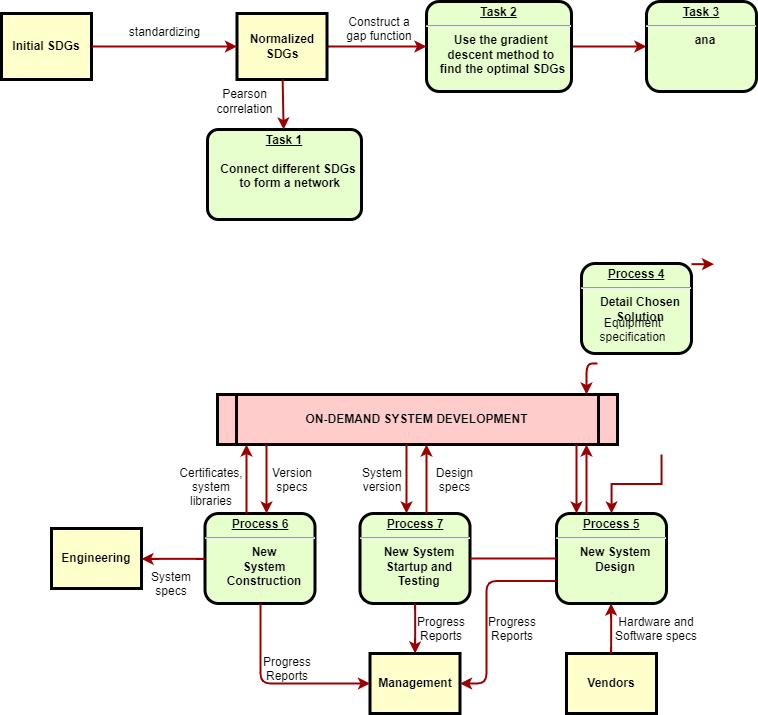
Above: 未命名绘图.drawio.png in JYbrucEupup/zip (draw.io), before the change. Source tidied: cells renumbered, new cells last; positions are measured from the earlier drawing's top-left corner, leaving out a move shared by most shapes.
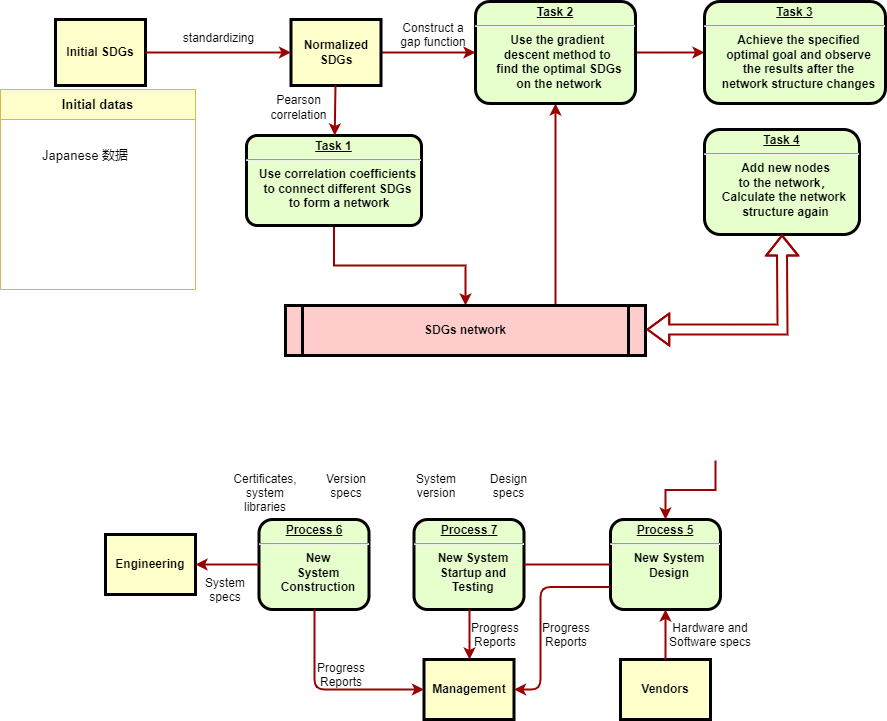
After the change.

Commit message:
更新未命名绘图.drawio.png

Diff of the diagram source:
```diff
@@ -2,8 +2,11 @@
   <root>
     <mxCell id="0" />
     <mxCell id="1" parent="0" />
+    <mxCell id="47" style="edgeStyle=orthogonalEdgeStyle;rounded=0;jettySize=auto;html=1;exitX=0.5;exitY=1;exitDx=0;exitDy=0;entryX=0.5;entryY=0;entryDx=0;entryDy=0;strokeColor=#990000;strokeWidth=2;fontSize=13;fontColor=#000000;" parent="1" edge="1" source="2" target="6">
+      <mxGeometry relative="1" as="geometry" />
+    </mxCell>
-    <mxCell id="2" value="&lt;p style=&quot;margin: 4px 0px 0px; text-decoration: underline;&quot;&gt;&lt;strong&gt;Task 1&lt;br&gt;&lt;/strong&gt;&lt;/p&gt;&lt;p style=&quot;margin: 0px 0px 0px 8px;&quot;&gt;&lt;br&gt;&lt;/p&gt;&lt;p style=&quot;margin: 0px 0px 0px 8px;&quot;&gt;Connect different&amp;nbsp;&lt;span style=&quot;background-color: initial;&quot;&gt;SDGs&lt;/span&gt;&lt;/p&gt;&lt;p style=&quot;margin: 0px 0px 0px 8px;&quot;&gt;&lt;span style=&quot;background-color: initial;&quot;&gt;&amp;nbsp;to form a network&lt;/span&gt;&lt;/p&gt;" style="verticalAlign=middle;align=center;overflow=fill;fontSize=12;fontFamily=Helvetica;html=1;rounded=1;fontStyle=1;strokeWidth=3;fillColor=#E6FFCC;arcSize=12;strokeColor=default;" parent="1" vertex="1">
-      <mxGeometry x="206" y="128" width="154" height="90" as="geometry" />
+    <mxCell id="2" value="&lt;p style=&quot;margin: 4px 0px 0px; text-decoration: underline;&quot;&gt;&lt;strong&gt;Task 1&lt;/strong&gt;&lt;/p&gt;&lt;hr style=&quot;border-color: var(--border-color);&quot;&gt;&lt;p style=&quot;margin: 0px 0px 0px 8px;&quot;&gt;Use correlation coefficients&lt;/p&gt;&lt;p style=&quot;margin: 0px 0px 0px 8px;&quot;&gt;to connect different&amp;nbsp;&lt;span style=&quot;background-color: initial;&quot;&gt;SDGs&lt;/span&gt;&lt;/p&gt;&lt;p style=&quot;margin: 0px 0px 0px 8px;&quot;&gt;&lt;span style=&quot;background-color: initial;&quot;&gt;&amp;nbsp;to form a network&lt;/span&gt;&lt;/p&gt;" style="verticalAlign=middle;align=center;overflow=fill;fontSize=12;fontFamily=Helvetica;html=1;rounded=1;fontStyle=1;strokeWidth=3;fillColor=#E6FFCC;arcSize=12;strokeColor=default;" parent="1" vertex="1">
+      <mxGeometry x="191" y="128" width="175" height="90" as="geometry" />
     </mxCell>
     <mxCell id="3" style="edgeStyle=orthogonalEdgeStyle;rounded=0;jettySize=auto;html=1;strokeWidth=2;strokeColor=#990000;" parent="1" edge="1" source="4" target="8">
       <mxGeometry relative="1" as="geometry" />
@@ -14,20 +17,23 @@
     <mxCell id="5" value="Initial SDGs" style="whiteSpace=wrap;align=center;verticalAlign=middle;fontStyle=1;strokeWidth=3;fillColor=#FFFFCC;" parent="1" vertex="1">
       <mxGeometry y="12" width="90" height="66" as="geometry" />
     </mxCell>
+    <mxCell id="48" style="edgeStyle=orthogonalEdgeStyle;rounded=0;jettySize=auto;html=1;exitX=0.75;exitY=0;exitDx=0;exitDy=0;entryX=0.5;entryY=1;entryDx=0;entryDy=0;strokeColor=#990000;strokeWidth=2;fontSize=13;fontColor=#000000;" parent="1" edge="1" source="6" target="8">
+      <mxGeometry relative="1" as="geometry" />
+    </mxCell>
-    <mxCell id="6" value="ON-DEMAND SYSTEM DEVELOPMENT" style="shape=process;whiteSpace=wrap;align=center;verticalAlign=middle;size=0.0475;fontStyle=1;strokeWidth=3;fillColor=#FFCCCC;" parent="1" vertex="1">
-      <mxGeometry x="216" y="393" width="400" height="50" as="geometry" />
+    <mxCell id="6" value="SDGs network" style="shape=process;whiteSpace=wrap;align=center;verticalAlign=middle;size=0.0475;fontStyle=1;strokeWidth=3;fillColor=#FFCCCC;" parent="1" vertex="1">
+      <mxGeometry x="230" y="298" width="360" height="50" as="geometry" />
     </mxCell>
     <mxCell id="7" style="edgeStyle=orthogonalEdgeStyle;rounded=0;jettySize=auto;html=1;exitX=1;exitY=0.5;exitDx=0;exitDy=0;entryX=0;entryY=0.5;entryDx=0;entryDy=0;strokeColor=#990000;strokeWidth=2;" parent="1" edge="1" source="8" target="9">
       <mxGeometry relative="1" as="geometry" />
     </mxCell>
-    <mxCell id="8" value="&lt;p style=&quot;margin: 0px; margin-top: 4px; text-align: center; text-decoration: underline;&quot;&gt;&lt;strong&gt;Task 2&lt;br&gt;&lt;/strong&gt;&lt;/p&gt;&lt;hr&gt;&lt;p style=&quot;margin: 0px; margin-left: 8px;&quot;&gt;Use the gradient&amp;nbsp;&lt;/p&gt;&lt;p style=&quot;margin: 0px; margin-left: 8px;&quot;&gt;descent&lt;span style=&quot;background-color: initial;&quot;&gt;&amp;nbsp;method to&amp;nbsp;&lt;/span&gt;&lt;/p&gt;&lt;p style=&quot;margin: 0px; margin-left: 8px;&quot;&gt;&lt;span style=&quot;background-color: initial;&quot;&gt;find&amp;nbsp;&lt;/span&gt;&lt;span style=&quot;background-color: initial;&quot;&gt;the optimal SDGs&lt;/span&gt;&lt;/p&gt;" style="verticalAlign=middle;align=center;overflow=fill;fontSize=12;fontFamily=Helvetica;html=1;rounded=1;fontStyle=1;strokeWidth=3;fillColor=#E6FFCC;arcSize=14;" parent="1" vertex="1">
-      <mxGeometry x="425" width="145" height="90" as="geometry" />
+    <mxCell id="8" value="&lt;p style=&quot;margin: 0px; margin-top: 4px; text-align: center; text-decoration: underline;&quot;&gt;&lt;strong&gt;Task 2&lt;br&gt;&lt;/strong&gt;&lt;/p&gt;&lt;hr&gt;&lt;p style=&quot;margin: 0px; margin-left: 8px;&quot;&gt;Use the gradient&amp;nbsp;&lt;/p&gt;&lt;p style=&quot;margin: 0px; margin-left: 8px;&quot;&gt;descent&lt;span style=&quot;background-color: initial;&quot;&gt;&amp;nbsp;method to&amp;nbsp;&lt;/span&gt;&lt;/p&gt;&lt;p style=&quot;margin: 0px; margin-left: 8px;&quot;&gt;&lt;span style=&quot;background-color: initial;&quot;&gt;find&amp;nbsp;&lt;/span&gt;&lt;span style=&quot;background-color: initial;&quot;&gt;the optimal SDGs&lt;/span&gt;&lt;/p&gt;&lt;p style=&quot;margin: 0px; margin-left: 8px;&quot;&gt;on the network&lt;/p&gt;" style="verticalAlign=middle;align=center;overflow=fill;fontSize=12;fontFamily=Helvetica;html=1;rounded=1;fontStyle=1;strokeWidth=3;fillColor=#E6FFCC;arcSize=14;" parent="1" vertex="1">
+      <mxGeometry x="420" y="-6" width="160" height="102" as="geometry" />
     </mxCell>
-    <mxCell id="9" value="&lt;p style=&quot;margin: 4px 0px 0px; text-align: center;&quot;&gt;&lt;strong style=&quot;&quot;&gt;&lt;u&gt;&lt;strong style=&quot;&quot;&gt;Task&lt;/strong&gt; 3&lt;/u&gt;&lt;br&gt;&lt;/strong&gt;&lt;/p&gt;&lt;hr&gt;&lt;p style=&quot;margin: 0px; margin-left: 8px;&quot;&gt;ana&lt;/p&gt;" style="verticalAlign=middle;align=center;overflow=fill;fontSize=12;fontFamily=Helvetica;html=1;rounded=1;fontStyle=1;strokeWidth=3;fillColor=#E6FFCC;" parent="1" vertex="1">
-      <mxGeometry x="645" width="110" height="90" as="geometry" />
+    <mxCell id="9" value="&lt;p style=&quot;margin: 4px 0px 0px; text-align: center;&quot;&gt;&lt;strong style=&quot;&quot;&gt;&lt;u&gt;&lt;strong style=&quot;&quot;&gt;Task&lt;/strong&gt; 3&lt;/u&gt;&lt;br&gt;&lt;/strong&gt;&lt;/p&gt;&lt;hr&gt;&lt;p style=&quot;margin: 0px; margin-left: 8px;&quot;&gt;Achieve the specified&lt;/p&gt;&lt;p style=&quot;margin: 0px; margin-left: 8px;&quot;&gt;optimal goal and observe&lt;/p&gt;&lt;p style=&quot;margin: 0px; margin-left: 8px;&quot;&gt;the results after the&lt;/p&gt;&lt;p style=&quot;margin: 0px; margin-left: 8px;&quot;&gt;network structure changes&lt;/p&gt;" style="verticalAlign=middle;align=center;overflow=fill;fontSize=12;fontFamily=Helvetica;html=1;rounded=1;fontStyle=1;strokeWidth=3;fillColor=#E6FFCC;" parent="1" vertex="1">
+      <mxGeometry x="649" y="-6" width="181" height="102" as="geometry" />
     </mxCell>
-    <mxCell id="10" value="&lt;p style=&quot;margin: 0px; margin-top: 4px; text-align: center; text-decoration: underline;&quot;&gt;&lt;strong&gt;&lt;strong&gt;Process&lt;/strong&gt; 4&lt;br /&gt;&lt;/strong&gt;&lt;/p&gt;&lt;hr /&gt;&lt;p style=&quot;margin: 0px; margin-left: 8px;&quot;&gt;Detail Chosen&lt;/p&gt;&lt;p style=&quot;margin: 0px; margin-left: 8px;&quot;&gt;Solution&lt;/p&gt;" style="verticalAlign=middle;align=center;overflow=fill;fontSize=12;fontFamily=Helvetica;html=1;rounded=1;fontStyle=1;strokeWidth=3;fillColor=#E6FFCC;" parent="1" vertex="1">
-      <mxGeometry x="580" y="262" width="110" height="90" as="geometry" />
+    <mxCell id="10" value="&lt;p style=&quot;margin: 0px; margin-top: 4px; text-align: center; text-decoration: underline;&quot;&gt;&lt;strong&gt;Task 4&lt;br&gt;&lt;/strong&gt;&lt;/p&gt;&lt;hr&gt;&lt;p style=&quot;margin: 0px; margin-left: 8px;&quot;&gt;Add new nodes&lt;/p&gt;&lt;p style=&quot;margin: 0px; margin-left: 8px;&quot;&gt;to the network，&lt;/p&gt;&lt;p style=&quot;margin: 0px; margin-left: 8px;&quot;&gt;Calculate the network&amp;nbsp;&lt;/p&gt;&lt;p style=&quot;margin: 0px; margin-left: 8px;&quot;&gt;structure again&lt;/p&gt;" style="verticalAlign=middle;align=center;overflow=fill;fontSize=12;fontFamily=Helvetica;html=1;rounded=1;fontStyle=1;strokeWidth=3;fillColor=#E6FFCC;" parent="1" vertex="1">
+      <mxGeometry x="649" y="122" width="155" height="105" as="geometry" />
     </mxCell>
     <mxCell id="11" value="&lt;p style=&quot;margin: 0px; margin-top: 4px; text-align: center; text-decoration: underline;&quot;&gt;&lt;strong&gt;&lt;strong&gt;Process&lt;/strong&gt; 5&lt;br /&gt;&lt;/strong&gt;&lt;/p&gt;&lt;hr /&gt;&lt;p style=&quot;margin: 0px; margin-left: 8px;&quot;&gt;New System&lt;/p&gt;&lt;p style=&quot;margin: 0px; margin-left: 8px;&quot;&gt;Design&lt;/p&gt;" style="verticalAlign=middle;align=center;overflow=fill;fontSize=12;fontFamily=Helvetica;html=1;rounded=1;fontStyle=1;strokeWidth=3;fillColor=#E6FFCC;" parent="1" vertex="1">
       <mxGeometry x="555" y="512" width="110" height="90" as="geometry" />
@@ -62,41 +68,11 @@
     <mxCell id="21" value="Construct a &#10;gap function" style="text;spacingTop=-5;align=center;" parent="1" vertex="1">
       <mxGeometry x="333.5" y="12" width="89" height="49" as="geometry" />
     </mxCell>
-    <mxCell id="22" style="edgeStyle=elbowEdgeStyle;elbow=vertical;entryX=0.25;entryY=1;strokeColor=#990000;strokeWidth=2;" parent="1" edge="1" source="10">
-      <mxGeometry relative="1" as="geometry">
-        <mxPoint x="712.5" y="262" as="targetPoint" />
-      </mxGeometry>
-    </mxCell>
-    <mxCell id="23" style="edgeStyle=elbowEdgeStyle;elbow=horizontal;strokeColor=#990000;strokeWidth=2;" parent="1" edge="1" target="6">
-      <mxGeometry relative="1" as="geometry">
-        <mxPoint x="596" y="362" as="sourcePoint" />
-        <Array as="points">
-          <mxPoint x="585" y="362" />
-        </Array>
-      </mxGeometry>
-    </mxCell>
-    <mxCell id="24" value="Equipment&#10;specification" style="text;spacingTop=-5;align=center;" parent="1" vertex="1">
-      <mxGeometry x="614" y="313" width="35" height="20" as="geometry" />
-    </mxCell>
     <mxCell id="25" style="edgeStyle=orthogonalEdgeStyle;rounded=0;jettySize=auto;html=1;strokeColor=#990000;strokeWidth=2;" parent="1" edge="1" target="11">
       <mxGeometry relative="1" as="geometry">
         <mxPoint x="660" y="453" as="sourcePoint" />
       </mxGeometry>
     </mxCell>
-    <mxCell id="26" style="edgeStyle=elbowEdgeStyle;elbow=horizontal;strokeColor=#990000;strokeWidth=2;" parent="1" edge="1" source="11" target="6">
-      <mxGeometry relative="1" as="geometry">
-        <Array as="points">
-          <mxPoint x="585" y="472" />
-        </Array>
-      </mxGeometry>
-    </mxCell>
-    <mxCell id="27" style="edgeStyle=elbowEdgeStyle;elbow=horizontal;strokeColor=#990000;strokeWidth=2;" parent="1" edge="1" source="6" target="11">
-      <mxGeometry relative="1" as="geometry">
-        <Array as="points">
-          <mxPoint x="575" y="482" />
-        </Array>
-      </mxGeometry>
-    </mxCell>
     <mxCell id="28" style="edgeStyle=elbowEdgeStyle;elbow=horizontal;strokeColor=#990000;strokeWidth=2;" parent="1" edge="1" source="15" target="11">
       <mxGeometry relative="1" as="geometry" />
     </mxCell>
@@ -132,40 +108,12 @@
     <mxCell id="36" style="edgeStyle=elbowEdgeStyle;elbow=vertical;strokeColor=#990000;strokeWidth=2;" parent="1" edge="1" source="12" target="14">
       <mxGeometry relative="1" as="geometry" />
     </mxCell>
-    <mxCell id="37" style="edgeStyle=elbowEdgeStyle;elbow=horizontal;strokeColor=#990000;strokeWidth=2;" parent="1" edge="1" source="6" target="18">
-      <mxGeometry relative="1" as="geometry">
-        <Array as="points">
-          <mxPoint x="405" y="472" />
-        </Array>
-      </mxGeometry>
-    </mxCell>
-    <mxCell id="38" style="edgeStyle=elbowEdgeStyle;elbow=horizontal;strokeColor=#990000;strokeWidth=2;" parent="1" edge="1" source="18" target="6">
-      <mxGeometry relative="1" as="geometry">
-        <Array as="points">
-          <mxPoint x="425" y="472" />
-        </Array>
-      </mxGeometry>
-    </mxCell>
     <mxCell id="39" value="Version&#10;specs" style="text;spacingTop=-5;align=center;" parent="1" vertex="1">
       <mxGeometry x="276" y="463" width="30" height="20" as="geometry" />
     </mxCell>
     <mxCell id="40" value="Certificates,&#10;system&#10;libraries" style="text;spacingTop=-5;align=center;" parent="1" vertex="1">
       <mxGeometry x="195" y="463" width="30" height="20" as="geometry" />
     </mxCell>
-    <mxCell id="41" style="edgeStyle=elbowEdgeStyle;elbow=horizontal;strokeColor=#990000;strokeWidth=2;" parent="1" edge="1" source="6" target="12">
-      <mxGeometry relative="1" as="geometry">
-        <Array as="points">
-          <mxPoint x="265" y="472" />
-        </Array>
-      </mxGeometry>
-    </mxCell>
-    <mxCell id="42" style="edgeStyle=elbowEdgeStyle;elbow=horizontal;strokeColor=#990000;strokeWidth=2;" parent="1" edge="1" source="12" target="6">
-      <mxGeometry relative="1" as="geometry">
-        <Array as="points">
-          <mxPoint x="245" y="472" />
-        </Array>
-      </mxGeometry>
-    </mxCell>
     <mxCell id="43" value="System&#10;specs" style="text;spacingTop=-5;align=center;" parent="1" vertex="1">
       <mxGeometry x="155" y="567" width="30" height="20" as="geometry" />
     </mxCell>
@@ -178,5 +126,19 @@
     <mxCell id="46" value="Pearson correlation" style="whiteSpace=wrap;html=1;fillColor=none;strokeColor=none;" parent="1" vertex="1">
       <mxGeometry x="209.5" y="82" width="66.5" height="36" as="geometry" />
     </mxCell>
+    <mxCell id="49" value="&lt;span style=&quot;font-style: normal;&quot;&gt;&lt;font style=&quot;font-size: 13px;&quot;&gt;Initial datas&lt;/font&gt;&lt;/span&gt;" style="swimlane;whiteSpace=wrap;html=1;strokeColor=#d6b656;fillColor=#FFFFCC;startSize=30;fontStyle=3;" parent="1" vertex="1">
+      <mxGeometry x="-55" y="82" width="195" height="200" as="geometry" />
+    </mxCell>
+    <mxCell id="50" value="Japanese 数据" style="whiteSpace=wrap;html=1;fontSize=13;fillColor=none;strokeColor=none;" parent="49" vertex="1">
+      <mxGeometry x="25" y="36" width="120" height="60" as="geometry" />
+    </mxCell>
+    <mxCell id="51" style="shape=flexArrow;endArrow=classic;startArrow=classic;html=1;rounded=0;strokeColor=#990000;strokeWidth=2;fontSize=13;fontColor=#000000;entryX=0.5;entryY=1;entryDx=0;entryDy=0;width=9;startSize=6.6;" parent="1" edge="1" target="10">
+      <mxGeometry relative="1" as="geometry">
+        <mxPoint x="591" y="322" as="sourcePoint" />
+        <Array as="points">
+          <mxPoint x="727" y="322" />
+        </Array>
+      </mxGeometry>
+    </mxCell>
   </root>
 </mxGraphModel>
```
